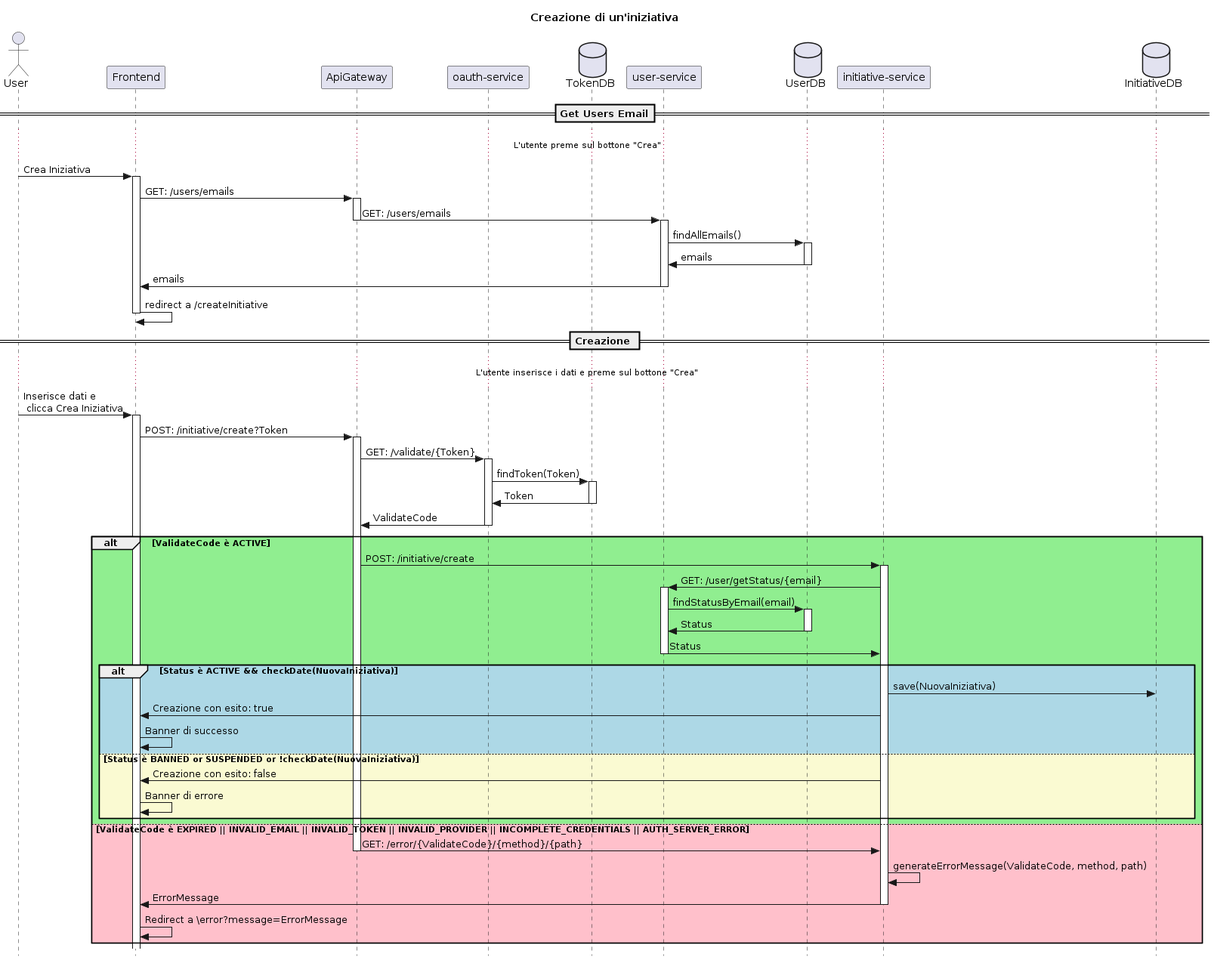
Above: documentation/sequenceDiagram/creazioneIniziativa.png in LorenzoSciandra/CivicLife (PlantUML), before the change.
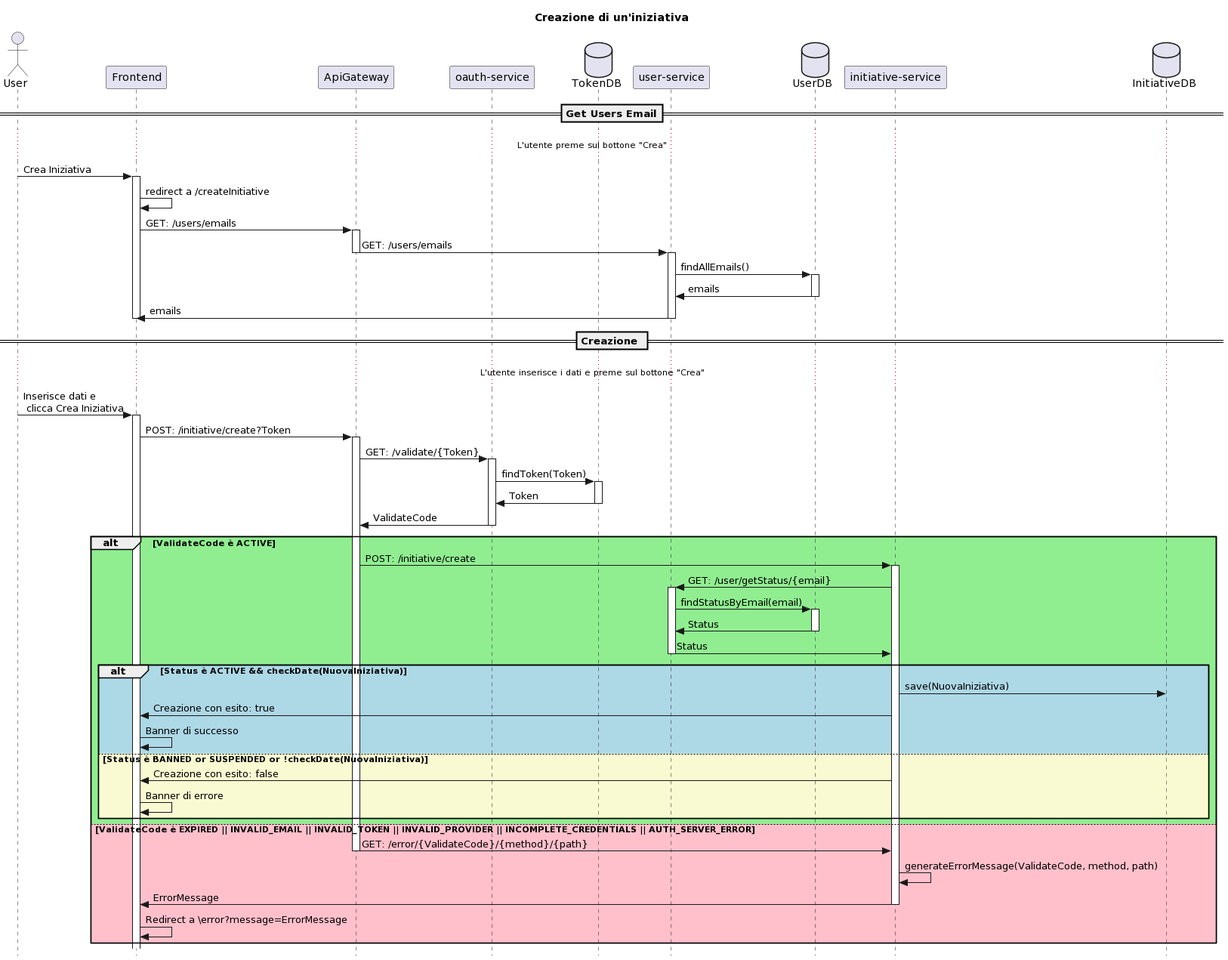
Later version of the same file.

Diff of the diagram source:
```diff
@@ -18,6 +18,7 @@
 ... L'utente preme sul bottone "Crea" ...
 User -> Frontend: Crea Iniziativa
 activate Frontend
+Frontend -> Frontend: redirect a /createInitiative
 Frontend -> api: GET: /users/emails
 activate api
 api->userS: GET: /users/emails
@@ -29,7 +30,6 @@
 deactivate userdb
 userS -> Frontend: emails
 deactivate userS
-Frontend -> Frontend: redirect a /createInitiative
 deactivate Frontend
 
 == Creazione ==
@@ -78,5 +78,4 @@
     deactivate initS
     Frontend -> Frontend: Redirect a \error?message=ErrorMessage
 end
-
 @enduml
```
